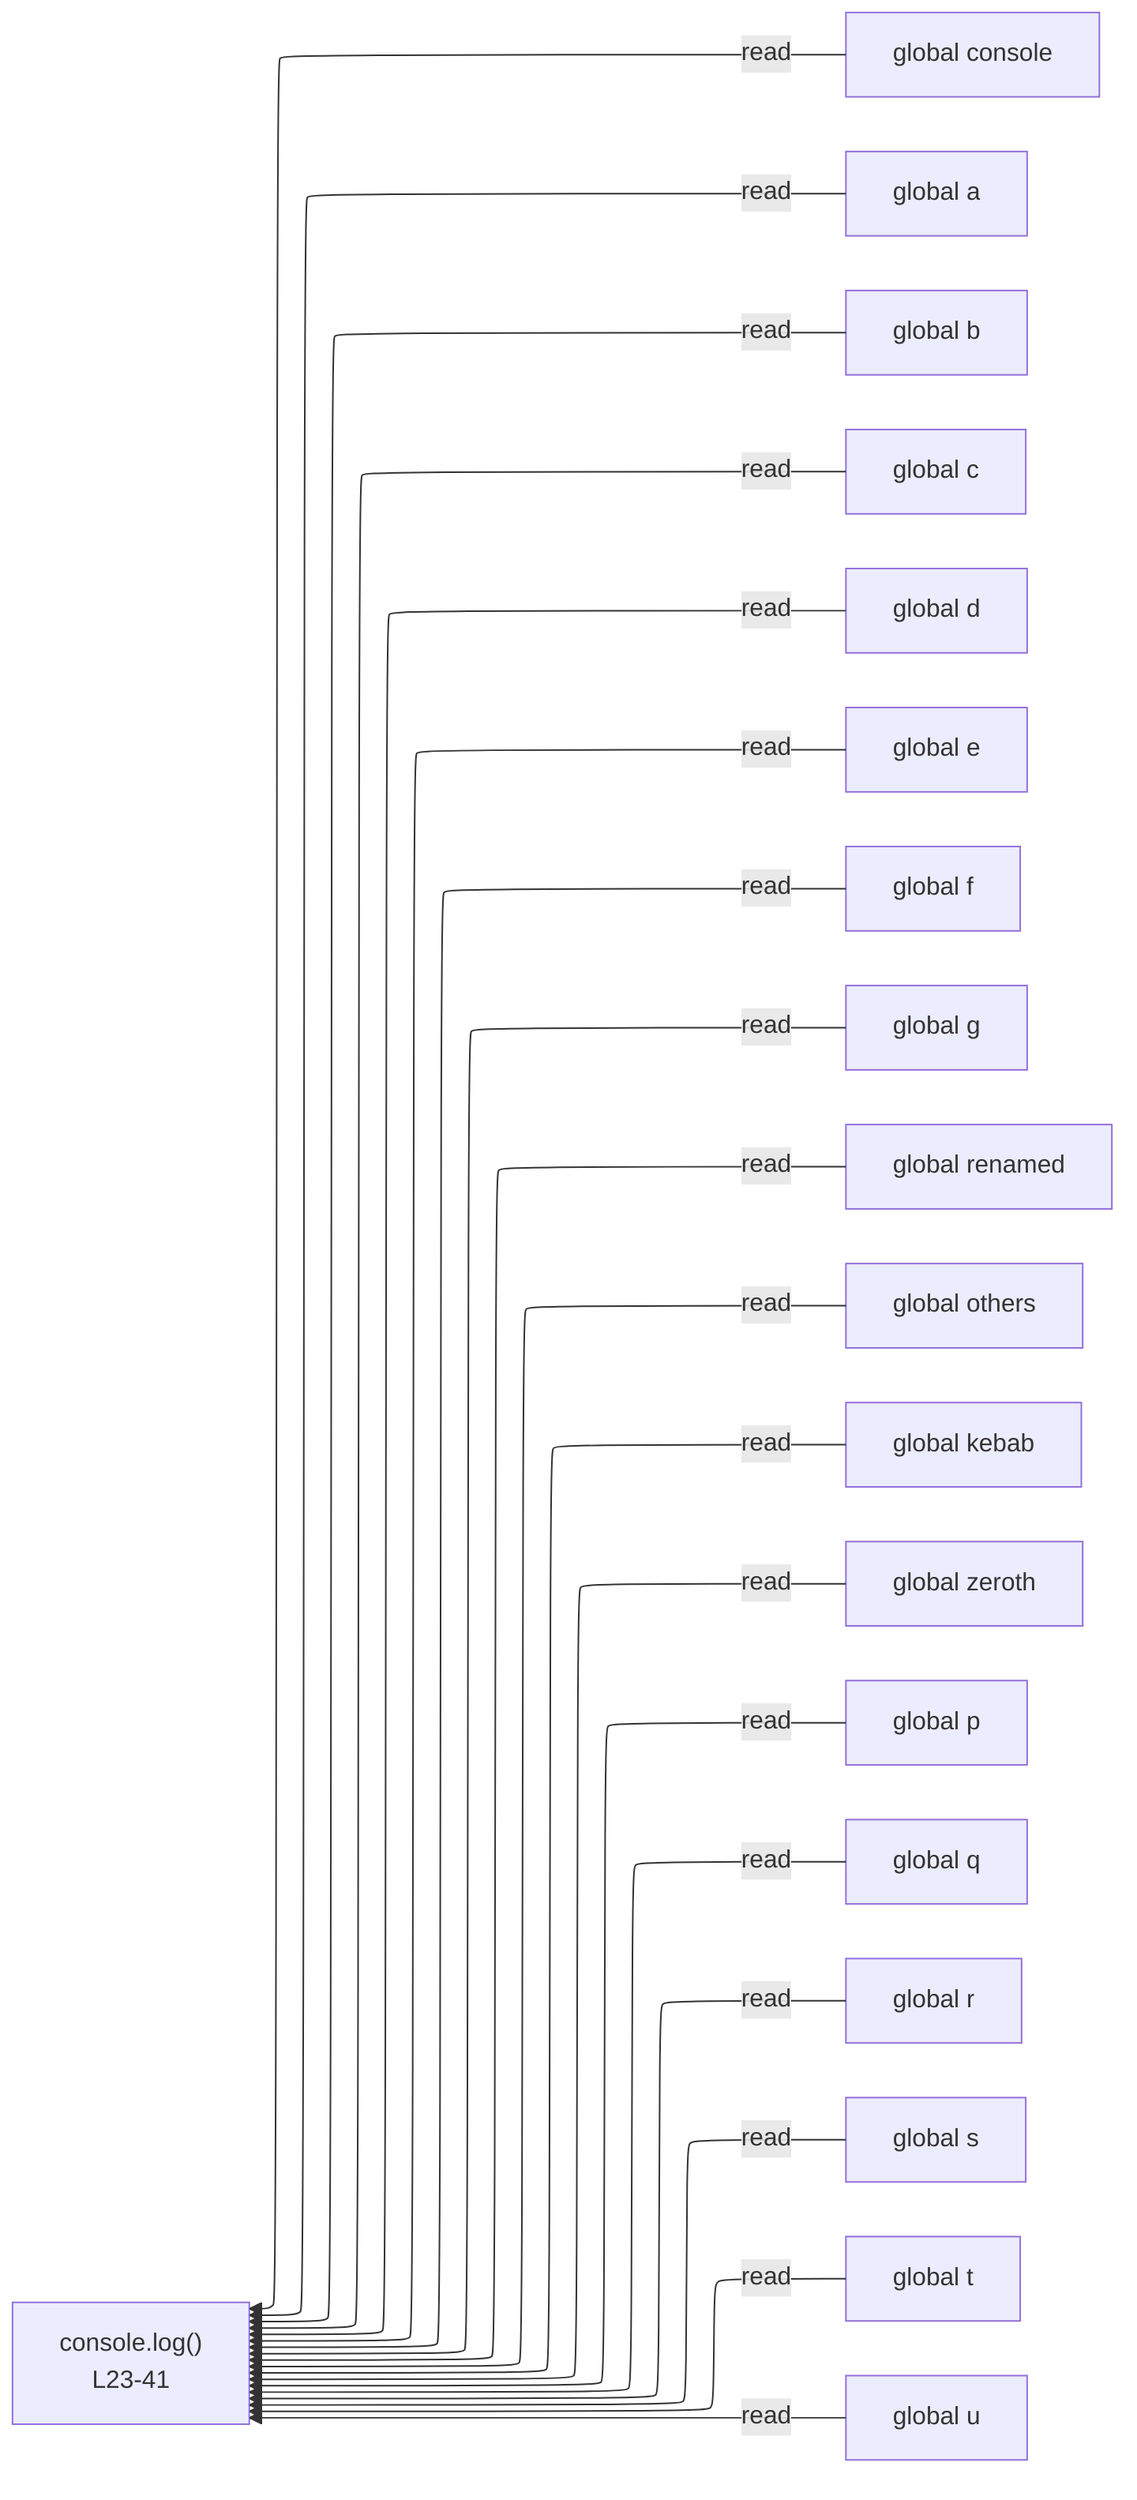
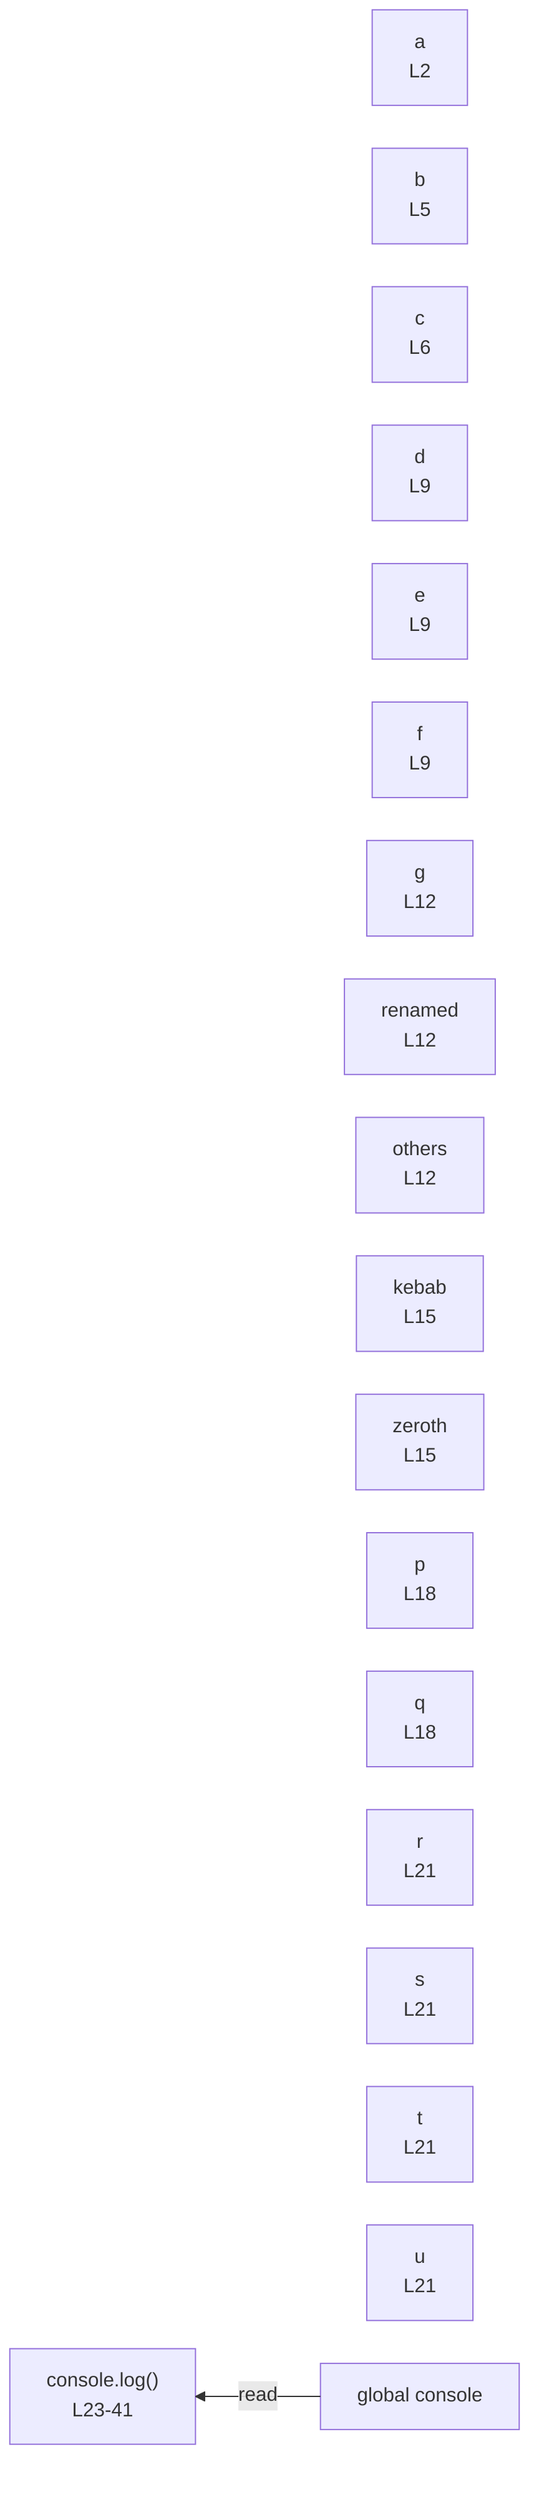
%%{init: {"flowchart": {"defaultRenderer": "elk"}}}%%
flowchart RL
+   n_scope_0_a_13["a<br/>L2"]
+   n_scope_0_b_49["b<br/>L5"]
+   n_scope_0_c_58["c<br/>L6"]
+   n_scope_0_d_112["d<br/>L9"]
+   n_scope_0_e_123["e<br/>L9"]
+   n_scope_0_f_129["f<br/>L9"]
+   n_scope_0_g_201["g<br/>L12"]
+   n_scope_0_renamed_207["renamed<br/>L12"]
+   n_scope_0_others_225["others<br/>L12"]
+   n_scope_0_kebab_319["kebab<br/>L15"]
+   n_scope_0_zeroth_329["zeroth<br/>L15"]
+   n_scope_0_p_427["p<br/>L18"]
+   n_scope_0_q_434["q<br/>L18"]
+   n_scope_0_r_508["r<br/>L21"]
+   n_scope_0_s_511["s<br/>L21"]
+   n_scope_0_t_521["t<br/>L21"]
+   n_scope_0_u_524["u<br/>L21"]
  n_scope_0_console_557["global console"]
-   n_scope_0_a_572["global a"]
-   n_scope_0_b_577["global b"]
-   n_scope_0_c_582["global c"]
-   n_scope_0_d_587["global d"]
-   n_scope_0_e_592["global e"]
-   n_scope_0_f_597["global f"]
-   n_scope_0_g_602["global g"]
-   n_scope_0_renamed_607["global renamed"]
-   n_scope_0_others_618["global others"]
-   n_scope_0_kebab_628["global kebab"]
-   n_scope_0_zeroth_637["global zeroth"]
-   n_scope_0_p_647["global p"]
-   n_scope_0_q_652["global q"]
-   n_scope_0_r_657["global r"]
-   n_scope_0_s_662["global s"]
-   n_scope_0_t_667["global t"]
-   n_scope_0_u_672["global u"]
  n_scope_0_console_557 -->|read| expr_stmt_557
-   n_scope_0_a_572 -->|read| expr_stmt_557
-   n_scope_0_b_577 -->|read| expr_stmt_557
-   n_scope_0_c_582 -->|read| expr_stmt_557
-   n_scope_0_d_587 -->|read| expr_stmt_557
-   n_scope_0_e_592 -->|read| expr_stmt_557
-   n_scope_0_f_597 -->|read| expr_stmt_557
-   n_scope_0_g_602 -->|read| expr_stmt_557
-   n_scope_0_renamed_607 -->|read| expr_stmt_557
-   n_scope_0_others_618 -->|read| expr_stmt_557
-   n_scope_0_kebab_628 -->|read| expr_stmt_557
-   n_scope_0_zeroth_637 -->|read| expr_stmt_557
-   n_scope_0_p_647 -->|read| expr_stmt_557
-   n_scope_0_q_652 -->|read| expr_stmt_557
-   n_scope_0_r_657 -->|read| expr_stmt_557
-   n_scope_0_s_662 -->|read| expr_stmt_557
-   n_scope_0_t_667 -->|read| expr_stmt_557
-   n_scope_0_u_672 -->|read| expr_stmt_557
  expr_stmt_557["console.log()<br/>L23-41"]
